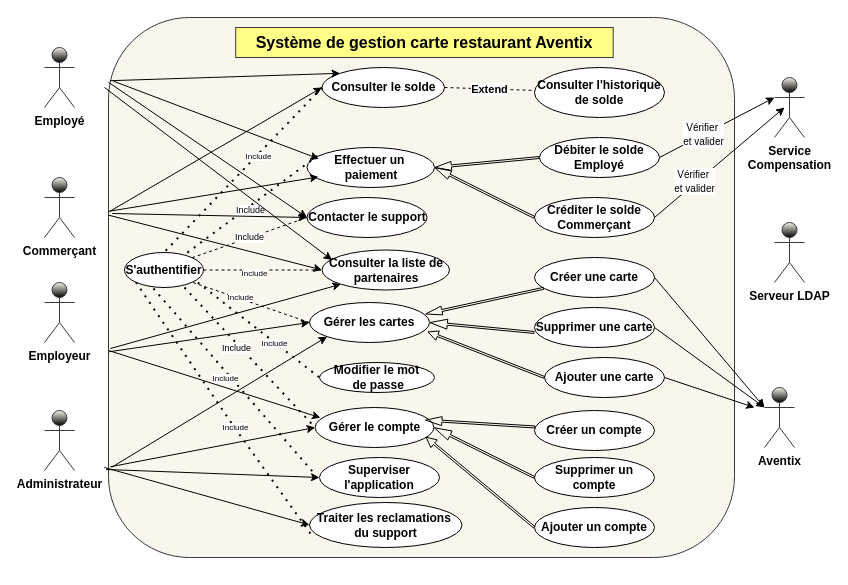
msisitr/aventix-design keeps this draw.io diagram as Avnetix.drawio. Above is the earlier version. Source tidied: cells renumbered, new cells numbered last; positions are measured from the earlier drawing's top-left corner, leaving out a move shared by most shapes. Both pictures are drawn from the tidied source at 100%, with x=0, y=0 at pixel (44, 17).
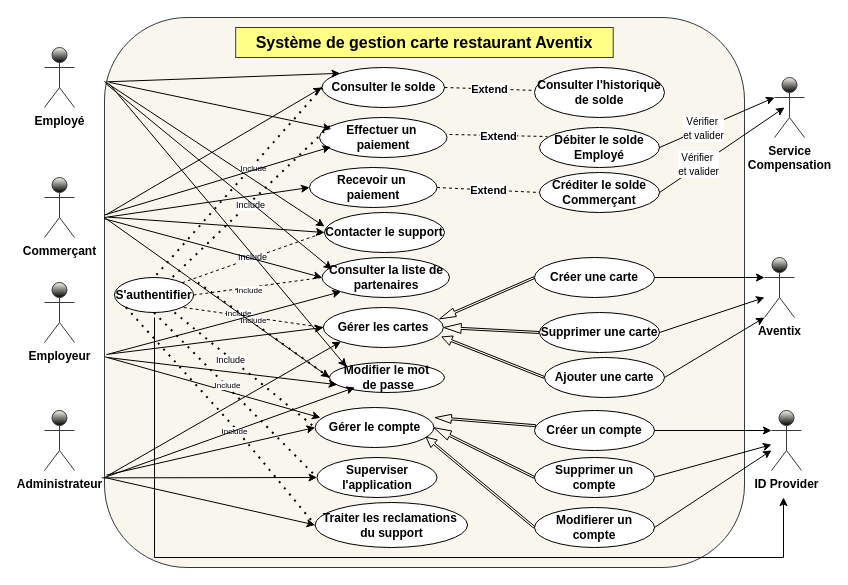
Above is the later version.

Commit message:
Mettre à jour Avnetix use cas.drawio

The change refers to these unchanged cells:
```xml
<mxCell id="6" value="&lt;span&gt;Gérer le compte&lt;/span&gt;" style="ellipse;whiteSpace=wrap;html=1;fontStyle=1;" parent="1" vertex="1">
  <mxGeometry x="270.6" y="390" width="118.8" height="40" as="geometry" />
</mxCell>
<mxCell id="11" value="&lt;span&gt;Consulter le solde&lt;/span&gt;" style="ellipse;whiteSpace=wrap;html=1;fontStyle=1;" parent="1" vertex="1">
  <mxGeometry x="277.5" y="50" width="122.5" height="40" as="geometry" />
</mxCell>
<mxCell id="24" value="Créer une carte " style="ellipse;whiteSpace=wrap;html=1;fontStyle=1;" parent="1" vertex="1">
  <mxGeometry x="490" y="240" width="120" height="40" as="geometry" />
</mxCell>
<mxCell id="27" value="Ajouter une carte" style="ellipse;whiteSpace=wrap;html=1;fontStyle=1;" parent="1" vertex="1">
  <mxGeometry x="500" y="340" width="120" height="40" as="geometry" />
</mxCell>
<mxCell id="30" value="Créer un compte" style="ellipse;whiteSpace=wrap;html=1;fontStyle=1;" parent="1" vertex="1">
  <mxGeometry x="490" y="393" width="120" height="40" as="geometry" />
</mxCell>
<mxCell id="32" value="Supprimer un compte" style="ellipse;whiteSpace=wrap;html=1;fontStyle=1;" parent="1" vertex="1">
  <mxGeometry x="490" y="440" width="120" height="40" as="geometry" />
</mxCell>
<mxCell id="48" style="endArrow=none;dashed=1;html=1;dashPattern=1 3;strokeWidth=2;rounded=0;exitX=1;exitY=1;exitDx=0;exitDy=0;entryX=0;entryY=0.5;entryDx=0;entryDy=0;fontStyle=1;" parent="1" edge="1" target="43">
  <mxGeometry relative="1" as="geometry">
    <mxPoint x="153.3" y="265" as="sourcePoint" />
  </mxGeometry>
</mxCell>
```

Diff of the diagram source:
```diff
@@
     <mxCell id="2" style="rounded=1;whiteSpace=wrap;html=1;fillColor=#f9f7ed;strokeColor=#36393d;fontStyle=1;" parent="1" vertex="1">
-      <mxGeometry x="64" width="626" height="540" as="geometry" />
+      <mxGeometry x="60" width="640" height="550" as="geometry" />
     </mxCell>
@@
     <mxCell id="5" value="&lt;div&gt;&lt;span&gt;Effectuer un&amp;nbsp;&lt;/span&gt;&lt;/div&gt;&lt;div&gt;&lt;span&gt;paiement &lt;/span&gt;&lt;/div&gt;" style="ellipse;whiteSpace=wrap;html=1;fontStyle=1;" parent="1" vertex="1">
-      <mxGeometry x="262.5" y="130" width="127.5" height="40" as="geometry" />
+      <mxGeometry x="275" y="100" width="127.5" height="40" as="geometry" />
     </mxCell>
@@
     <mxCell id="7" value="S'authentifier" style="ellipse;whiteSpace=wrap;html=1;fontStyle=1;" parent="1" vertex="1">
-      <mxGeometry x="80" y="235" width="79" height="35" as="geometry" />
+      <mxGeometry x="70" y="260" width="79" height="35" as="geometry" />
     </mxCell>
     <mxCell id="8" value="&lt;span&gt;Gérer les cartes&lt;/span&gt;" style="ellipse;whiteSpace=wrap;html=1;fontStyle=1;" parent="1" vertex="1">
-      <mxGeometry x="265" y="285" width="120" height="40" as="geometry" />
+      <mxGeometry x="278.8" y="290" width="120" height="40" as="geometry" />
     </mxCell>
@@
-    <mxCell id="16" style="endArrow=none;dashed=1;html=1;dashPattern=1 3;strokeWidth=2;rounded=0;entryX=0.5;entryY=0;entryDx=0;entryDy=0;exitX=0;exitY=0.5;exitDx=0;exitDy=0;fontStyle=1;" parent="1" edge="1" source="11" target="7">
+    <mxCell id="16" style="endArrow=none;dashed=1;html=1;dashPattern=1 3;strokeWidth=2;rounded=0;entryX=0.5;entryY=0;entryDx=0;entryDy=0;exitX=0;exitY=0.5;exitDx=0;exitDy=0;fontStyle=1;fontColor=#FFFF99;labelBorderColor=light-dark(#00ffff, #ededed);" parent="1" edge="1" source="11" target="7">
       <mxGeometry relative="1" as="geometry" />
     </mxCell>
@@
-    <mxCell id="25" style="shape=flexArrow;endArrow=classic;html=1;rounded=0;width=2;endSize=5.14;endWidth=6;entryX=0.965;entryY=0.29;entryDx=0;entryDy=0;fontStyle=1;entryPerimeter=0;" parent="1" edge="1" source="24" target="8">
+    <mxCell id="25" style="shape=flexArrow;endArrow=classic;html=1;rounded=0;width=2;endSize=5.14;endWidth=6;entryX=0.965;entryY=0.29;entryDx=0;entryDy=0;fontStyle=1;entryPerimeter=0;exitX=0;exitY=0.5;exitDx=0;exitDy=0;" parent="1" edge="1" source="24" target="8">
       <mxGeometry relative="1" as="geometry" />
     </mxCell>
     <mxCell id="26" value="Supprimer une carte" style="ellipse;whiteSpace=wrap;html=1;fontStyle=1;" parent="1" vertex="1">
-      <mxGeometry x="490" y="290" width="120" height="40" as="geometry" />
+      <mxGeometry x="495" y="295" width="120" height="40" as="geometry" />
     </mxCell>
@@
-    <mxCell id="28" style="shape=flexArrow;endArrow=classic;html=1;rounded=0;width=2;endSize=5.46;exitX=0;exitY=0.5;exitDx=0;exitDy=0;endWidth=7;fontStyle=1;entryX=1;entryY=0.5;entryDx=0;entryDy=0;" parent="1" edge="1" target="8">
-      <mxGeometry relative="1" as="geometry">
-        <mxPoint x="490" y="315" as="sourcePoint" />
-      </mxGeometry>
+    <mxCell id="28" style="shape=flexArrow;endArrow=classic;html=1;rounded=0;width=2;endSize=5.46;exitX=0;exitY=0.5;exitDx=0;exitDy=0;endWidth=7;fontStyle=1;entryX=1;entryY=0.5;entryDx=0;entryDy=0;" parent="1" edge="1" source="26" target="8">
+      <mxGeometry relative="1" as="geometry" />
     </mxCell>
@@
-    <mxCell id="31" style="shape=flexArrow;endArrow=classic;html=1;rounded=0;width=2;endSize=5.14;endWidth=6;entryX=0.925;entryY=0.315;entryDx=0;entryDy=0;fontStyle=1;entryPerimeter=0;" parent="1" edge="1" source="30" target="6">
-      <mxGeometry relative="1" as="geometry" />
+    <mxCell id="31" style="shape=flexArrow;endArrow=classic;html=1;rounded=0;width=2;endSize=5.14;endWidth=6;fontStyle=1;" parent="1" edge="1" source="30">
+      <mxGeometry relative="1" as="geometry">
+        <mxPoint x="390" y="400" as="targetPoint" />
+      </mxGeometry>
     </mxCell>
@@
-    <mxCell id="33" value="Ajouter un compte" style="ellipse;whiteSpace=wrap;html=1;fontStyle=1;" parent="1" vertex="1">
+    <mxCell id="33" value="Modifierer un compte" style="ellipse;whiteSpace=wrap;html=1;fontStyle=1;" parent="1" vertex="1">
       <mxGeometry x="490" y="490" width="120" height="40" as="geometry" />
     </mxCell>
-    <mxCell id="34" style="shape=flexArrow;endArrow=classic;html=1;rounded=0;width=2;endSize=5.46;exitX=0;exitY=0.5;exitDx=0;exitDy=0;endWidth=7;entryX=1;entryY=0.5;entryDx=0;entryDy=0;fontStyle=1;" parent="1" edge="1" source="32" target="6">
-      <mxGeometry relative="1" as="geometry" />
+    <mxCell id="34" style="shape=flexArrow;endArrow=classic;html=1;rounded=0;width=2;endSize=5.46;exitX=0;exitY=0.5;exitDx=0;exitDy=0;endWidth=7;fontStyle=1;" parent="1" edge="1" source="32">
+      <mxGeometry relative="1" as="geometry">
+        <mxPoint x="389" y="410" as="targetPoint" />
+      </mxGeometry>
     </mxCell>
@@
     <mxCell id="36" value="Créditer le solde Commerçant" style="ellipse;whiteSpace=wrap;html=1;fontStyle=1;" parent="1" vertex="1">
-      <mxGeometry x="490" y="180" width="120" height="40" as="geometry" />
+      <mxGeometry x="495" y="155" width="120" height="40" as="geometry" />
     </mxCell>
     <mxCell id="37" value="Débiter le solde Employé" style="ellipse;whiteSpace=wrap;html=1;fontStyle=1;" parent="1" vertex="1">
-      <mxGeometry x="495" y="120" width="120" height="40" as="geometry" />
+      <mxGeometry x="495" y="110" width="120" height="40" as="geometry" />
     </mxCell>
-    <mxCell id="38" style="shape=flexArrow;endArrow=classic;html=1;rounded=0;width=2;endSize=5.14;endWidth=6;exitX=0;exitY=0.5;exitDx=0;exitDy=0;fontStyle=1;" parent="1" edge="1" source="37">
-      <mxGeometry relative="1" as="geometry">
-        <mxPoint x="390" y="150" as="targetPoint" />
-      </mxGeometry>
-    </mxCell>
-    <mxCell id="39" style="shape=flexArrow;endArrow=classic;html=1;rounded=0;width=2;endSize=5.14;endWidth=6;entryX=1;entryY=0.5;entryDx=0;entryDy=0;exitX=0;exitY=0.5;exitDx=0;exitDy=0;fontStyle=1;" parent="1" edge="1" source="36" target="5">
-      <mxGeometry relative="1" as="geometry" />
-    </mxCell>
@@
     <mxCell id="43" value="&lt;div&gt;Modifier le mot&lt;/div&gt;&lt;div&gt;&amp;nbsp;de passe&lt;/div&gt;" style="ellipse;whiteSpace=wrap;html=1;fontStyle=1;" parent="1" vertex="1">
-      <mxGeometry x="275" y="345" width="115" height="30" as="geometry" />
+      <mxGeometry x="285" y="345" width="115" height="30" as="geometry" />
     </mxCell>
@@
     <mxCell id="49" value="Include" style="edgeLabel;html=1;align=center;verticalAlign=middle;fontStyle=0;fontSize=8;" parent="48" vertex="1">
       <mxGeometry x="-0.01" y="6" relative="1" as="geometry">
-        <mxPoint x="13" y="18" as="offset" />
+        <mxPoint x="-13" y="-4" as="offset" />
       </mxGeometry>
     </mxCell>
-    <mxCell id="50" style="endArrow=classic;html=1;rounded=0;fontStyle=1;entryX=0;entryY=0.5;entryDx=0;entryDy=0;exitX=0.001;exitY=0.619;exitDx=0;exitDy=0;exitPerimeter=0;" parent="1" edge="1" source="2" target="8">
+    <mxCell id="50" style="endArrow=classic;html=1;rounded=0;fontStyle=1;entryX=0;entryY=0.5;entryDx=0;entryDy=0;exitX=0.007;exitY=0.612;exitDx=0;exitDy=0;exitPerimeter=0;" parent="1" edge="1" source="2" target="8">
       <mxGeometry relative="1" as="geometry" />
     </mxCell>
@@
     <mxCell id="52" value="Contacter le support " style="ellipse;whiteSpace=wrap;html=1;fontStyle=1;" parent="1" vertex="1">
-      <mxGeometry x="262.5" y="180" width="120" height="40" as="geometry" />
+      <mxGeometry x="280" y="195" width="120" height="40" as="geometry" />
     </mxCell>
     <mxCell id="53" value="Superviser l'application " style="ellipse;whiteSpace=wrap;html=1;fontStyle=1;" parent="1" vertex="1">
-      <mxGeometry x="275" y="440" width="120" height="40" as="geometry" />
+      <mxGeometry x="272.5" y="440" width="120" height="40" as="geometry" />
     </mxCell>
@@
     <mxCell id="55" value="Consulter la liste de partenaires" style="ellipse;whiteSpace=wrap;html=1;fontStyle=1;" parent="1" vertex="1">
-      <mxGeometry x="277.5" y="232.5" width="127.5" height="40" as="geometry" />
+      <mxGeometry x="277.5" y="240" width="127.5" height="40" as="geometry" />
     </mxCell>
@@
-    <mxCell id="58" style="endArrow=none;dashed=1;html=1;dashPattern=1 3;strokeWidth=2;rounded=0;entryX=0;entryY=0.5;entryDx=0;entryDy=0;fontStyle=1;exitX=0.367;exitY=1.029;exitDx=0;exitDy=0;exitPerimeter=0;" parent="1" edge="1" source="7">
-      <mxGeometry relative="1" as="geometry">
-        <mxPoint x="268.8" y="455" as="targetPoint" />
-      </mxGeometry>
+    <mxCell id="58" style="endArrow=none;dashed=1;html=1;dashPattern=1 3;strokeWidth=2;rounded=0;entryX=0;entryY=0.5;entryDx=0;entryDy=0;fontStyle=1;exitX=0.5;exitY=1;exitDx=0;exitDy=0;" parent="1" edge="1" source="7" target="53">
+      <mxGeometry relative="1" as="geometry" />
     </mxCell>
     <mxCell id="59" value="Include" style="edgeLabel;html=1;align=center;verticalAlign=middle;fontStyle=0;fontSize=8;" parent="58" vertex="1">
       <mxGeometry x="-0.01" y="6" relative="1" as="geometry">
-        <mxPoint x="-12" y="2" as="offset" />
+        <mxPoint x="-12" y="-5" as="offset" />
       </mxGeometry>
     </mxCell>
-    <mxCell id="60" style="endArrow=classic;html=1;rounded=0;exitX=0;exitY=0.12;exitDx=0;exitDy=0;exitPerimeter=0;entryX=0;entryY=0.5;entryDx=0;entryDy=0;fontStyle=1;" parent="1" edge="1" source="2" target="52">
-      <mxGeometry relative="1" as="geometry" />
+    <mxCell id="60" style="endArrow=classic;html=1;rounded=0;entryX=0;entryY=0.5;entryDx=0;entryDy=0;fontStyle=1;" parent="1" edge="1">
+      <mxGeometry relative="1" as="geometry">
+        <mxPoint x="60" y="64" as="sourcePoint" />
+        <mxPoint x="280" y="209" as="targetPoint" />
+      </mxGeometry>
     </mxCell>
@@
     <mxCell id="62" value="Traiter les reclamations&amp;nbsp; du support" style="ellipse;whiteSpace=wrap;html=1;fontStyle=1;" parent="1" vertex="1">
-      <mxGeometry x="265" y="485" width="152.5" height="45" as="geometry" />
+      <mxGeometry x="270.6" y="485" width="152.5" height="45" as="geometry" />
     </mxCell>
     <mxCell id="63" style="endArrow=classic;html=1;rounded=0;entryX=0;entryY=0.5;entryDx=0;entryDy=0;fontStyle=1;" parent="1" edge="1" target="62">
       <mxGeometry relative="1" as="geometry">
-        <mxPoint x="60" y="450" as="sourcePoint" />
+        <mxPoint x="60" y="460" as="sourcePoint" />
       </mxGeometry>
     </mxCell>
-    <mxCell id="64" style="endArrow=none;dashed=1;html=1;dashPattern=1 3;strokeWidth=2;rounded=0;entryX=0.021;entryY=0.76;entryDx=0;entryDy=0;fontStyle=1;entryPerimeter=0;exitX=0;exitY=1;exitDx=0;exitDy=0;" parent="1" edge="1" source="7" target="62">
+    <mxCell id="64" style="endArrow=none;dashed=1;html=1;dashPattern=1 3;strokeWidth=2;rounded=0;entryX=0;entryY=0.5;entryDx=0;entryDy=0;fontStyle=1;exitX=0;exitY=1;exitDx=0;exitDy=0;" parent="1" edge="1" source="7" target="62">
       <mxGeometry relative="1" as="geometry">
         <Array as="points">
           <mxPoint x="190" y="410" />
         </Array>
       </mxGeometry>
     </mxCell>
@@
-    <mxCell id="66" style="endArrow=classic;html=1;rounded=0;entryX=0;entryY=0.5;entryDx=0;entryDy=0;fontStyle=1;" parent="1" edge="1">
-      <mxGeometry relative="1" as="geometry">
-        <mxPoint x="60" y="70" as="sourcePoint" />
-        <mxPoint x="287.5" y="242.5" as="targetPoint" />
-      </mxGeometry>
+    <mxCell id="66" style="endArrow=classic;html=1;rounded=0;entryX=0.079;entryY=0.295;entryDx=0;entryDy=0;fontStyle=1;entryPerimeter=0;exitX=0.002;exitY=0.12;exitDx=0;exitDy=0;exitPerimeter=0;" parent="1" edge="1" source="2" target="55">
+      <mxGeometry relative="1" as="geometry" />
     </mxCell>
@@
-    <mxCell id="69" value="&lt;div&gt;Serveur LDAP&lt;/div&gt;" style="shape=umlActor;verticalLabelPosition=bottom;verticalAlign=top;html=1;outlineConnect=0;fillColor=#F9F7ED;strokeColor=#36393d;fontStyle=1;strokeWidth=1;gradientColor=default;" parent="1" vertex="1">
-      <mxGeometry x="730" y="205" width="30" height="60" as="geometry" />
+    <mxCell id="69" value="ID Provider" style="shape=umlActor;verticalLabelPosition=bottom;verticalAlign=top;html=1;outlineConnect=0;fillColor=#F9F7ED;strokeColor=#36393d;fontStyle=1;strokeWidth=1;gradientColor=default;" parent="1" vertex="1">
+      <mxGeometry x="727" y="393" width="30" height="60" as="geometry" />
     </mxCell>
@@
     <mxCell id="74" value="Aventix" style="shape=umlActor;verticalLabelPosition=bottom;verticalAlign=top;html=1;outlineConnect=0;fillColor=#F9F7ED;strokeColor=#36393d;fontStyle=1;strokeWidth=1;gradientColor=default;" parent="1" vertex="1">
-      <mxGeometry x="720" y="370" width="30" height="60" as="geometry" />
+      <mxGeometry x="720" y="240" width="30" height="60" as="geometry" />
     </mxCell>
     <mxCell id="75" style="endArrow=classic;html=1;rounded=0;entryX=0;entryY=0.3333333333333333;entryDx=0;entryDy=0;fontStyle=1;entryPerimeter=0;exitX=1;exitY=0.5;exitDx=0;exitDy=0;" parent="1" edge="1" source="24" target="74">
-      <mxGeometry relative="1" as="geometry">
-        <Array as="points">
-          <mxPoint x="720" y="390" />
-        </Array>
-      </mxGeometry>
+      <mxGeometry relative="1" as="geometry" />
     </mxCell>
     <mxCell id="76" style="endArrow=classic;html=1;rounded=0;fontStyle=1;exitX=1;exitY=0.5;exitDx=0;exitDy=0;" parent="1" edge="1" source="27">
       <mxGeometry relative="1" as="geometry">
-        <mxPoint x="710" y="390" as="targetPoint" />
+        <mxPoint x="720" y="300" as="targetPoint" />
       </mxGeometry>
     </mxCell>
     <mxCell id="77" style="endArrow=classic;html=1;rounded=0;fontStyle=1;exitX=1;exitY=0.5;exitDx=0;exitDy=0;" parent="1" edge="1" source="26">
       <mxGeometry relative="1" as="geometry">
-        <mxPoint x="720" y="390" as="targetPoint" />
+        <mxPoint x="720" y="280" as="targetPoint" />
       </mxGeometry>
     </mxCell>
+    <mxCell id="78" value="&lt;div&gt;&lt;span&gt;Recevoir un&amp;nbsp;&lt;/span&gt;&lt;/div&gt;&lt;div&gt;&lt;span&gt;paiement &lt;/span&gt;&lt;/div&gt;" style="ellipse;whiteSpace=wrap;html=1;fontStyle=1;" parent="1" vertex="1">
+      <mxGeometry x="265" y="150" width="127.5" height="40" as="geometry" />
+    </mxCell>
+    <mxCell id="79" style="endArrow=none;dashed=1;html=1;rounded=0;exitX=1;exitY=0.5;exitDx=0;exitDy=0;fontStyle=1;entryX=0.065;entryY=0.225;entryDx=0;entryDy=0;entryPerimeter=0;" parent="1" edge="1" target="37">
+      <mxGeometry relative="1" as="geometry">
+        <mxPoint x="405" y="117" as="sourcePoint" />
+      </mxGeometry>
+    </mxCell>
+    <mxCell id="80" value="Extend" style="edgeLabel;html=1;align=center;verticalAlign=middle;fontStyle=1;" parent="79" vertex="1">
+      <mxGeometry relative="1" as="geometry" />
+    </mxCell>
+    <mxCell id="81" style="endArrow=none;dashed=1;html=1;rounded=0;exitX=1;exitY=0.5;exitDx=0;exitDy=0;fontStyle=1;entryX=0;entryY=0.5;entryDx=0;entryDy=0;" parent="1" edge="1" source="78" target="36">
+      <mxGeometry relative="1" as="geometry" />
+    </mxCell>
+    <mxCell id="82" value="Extend" style="edgeLabel;html=1;align=center;verticalAlign=middle;fontStyle=1;" parent="81" vertex="1">
+      <mxGeometry relative="1" as="geometry" />
+    </mxCell>
+    <mxCell id="83" style="edgeStyle=orthogonalEdgeStyle;rounded=0;orthogonalLoop=1;jettySize=auto;html=1;exitX=0.5;exitY=1;exitDx=0;exitDy=0;" parent="1" edge="1" source="43" target="43">
+      <mxGeometry relative="1" as="geometry" />
+    </mxCell>
+    <mxCell id="84" style="endArrow=classic;html=1;rounded=0;fontStyle=1;entryX=0;entryY=0;entryDx=0;entryDy=0;exitX=0.007;exitY=0.12;exitDx=0;exitDy=0;exitPerimeter=0;" parent="1" edge="1" source="2" target="43">
+      <mxGeometry relative="1" as="geometry" />
+    </mxCell>
+    <mxCell id="85" style="endArrow=classic;html=1;rounded=0;fontStyle=1;entryX=0;entryY=0.5;entryDx=0;entryDy=0;" parent="1" edge="1" target="43">
+      <mxGeometry relative="1" as="geometry">
+        <mxPoint x="60" y="200" as="sourcePoint" />
+      </mxGeometry>
+    </mxCell>
+    <mxCell id="86" style="endArrow=classic;html=1;rounded=0;entryX=0.067;entryY=0.74;entryDx=0;entryDy=0;fontStyle=1;entryPerimeter=0;" parent="1" edge="1" target="43">
+      <mxGeometry relative="1" as="geometry">
+        <mxPoint x="63" y="340" as="sourcePoint" />
+      </mxGeometry>
+    </mxCell>
+    <mxCell id="87" style="endArrow=classic;html=1;rounded=0;fontStyle=1;entryX=0.22;entryY=0.833;entryDx=0;entryDy=0;entryPerimeter=0;" parent="1" edge="1" target="43">
+      <mxGeometry relative="1" as="geometry">
+        <mxPoint x="60" y="460" as="sourcePoint" />
+      </mxGeometry>
+    </mxCell>
+    <mxCell id="88" style="endArrow=classic;html=1;rounded=0;entryX=0;entryY=0.3333333333333333;entryDx=0;entryDy=0;fontStyle=1;entryPerimeter=0;" parent="1" edge="1" source="30" target="69">
+      <mxGeometry relative="1" as="geometry" />
+    </mxCell>
+    <mxCell id="89" style="endArrow=classic;html=1;rounded=0;fontStyle=1;exitX=1;exitY=0.5;exitDx=0;exitDy=0;" parent="1" edge="1" target="69">
+      <mxGeometry relative="1" as="geometry">
+        <mxPoint x="610" y="459.5" as="sourcePoint" />
+      </mxGeometry>
+    </mxCell>
+    <mxCell id="90" style="endArrow=classic;html=1;rounded=0;fontStyle=1;exitX=1;exitY=0.5;exitDx=0;exitDy=0;" parent="1" edge="1" source="33" target="69">
+      <mxGeometry relative="1" as="geometry" />
+    </mxCell>
+    <mxCell id="91" style="endArrow=classic;html=1;rounded=0;fontStyle=1;entryX=0;entryY=0.5;entryDx=0;entryDy=0;" parent="1" edge="1" target="78">
+      <mxGeometry relative="1" as="geometry">
+        <mxPoint x="60" y="200" as="sourcePoint" />
+      </mxGeometry>
+    </mxCell>
+    <mxCell id="92" style="edgeStyle=orthogonalEdgeStyle;rounded=0;orthogonalLoop=1;jettySize=auto;html=1;" parent="1" edge="1">
+      <mxGeometry relative="1" as="geometry">
+        <mxPoint x="110" y="300" as="sourcePoint" />
+        <mxPoint x="739" y="480" as="targetPoint" />
+        <Array as="points">
+          <mxPoint x="110" y="300" />
+          <mxPoint x="110" y="540" />
+          <mxPoint x="739" y="540" />
+        </Array>
+      </mxGeometry>
+    </mxCell>
```
